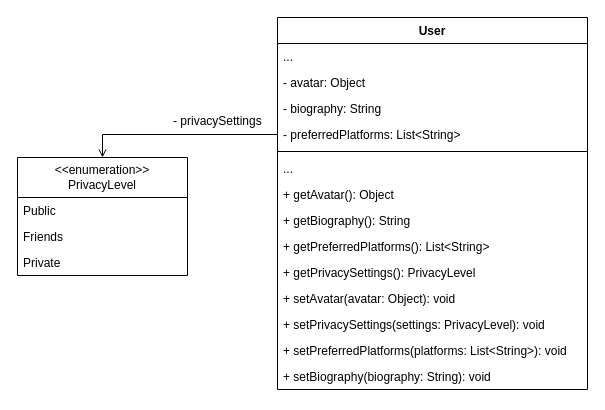
Above: docs/usecases/fully-dressed/profiel-instellen/class-diagram.drawio in VincentCouckePXL/SecondGearGamePulse (draw.io), before the change. Source tidied: cells renumbered, new cells numbered last; positions are measured from the earlier drawing's top-left corner, leaving out a move shared by most shapes. Both pictures are drawn from the tidied source at 100%, with x=0, y=0 at pixel (17, 17).
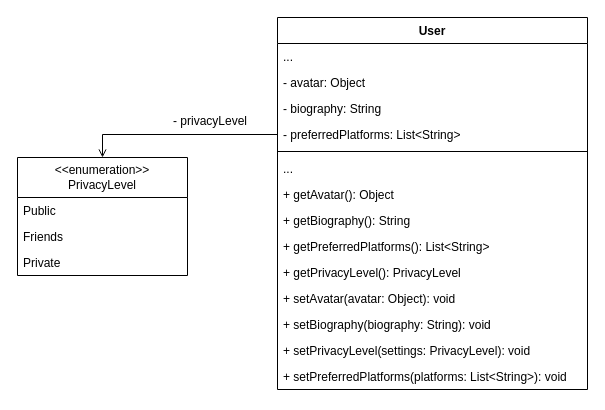
After the change.

Commit message (it also covers changes not shown here):
Fully dressed use case: Profiel Instellen

Unchanged cells that the change refers to:
```xml
<mxCell id="2" value="User" style="swimlane;fontStyle=1;align=center;verticalAlign=top;horizontal=1;startSize=26;whiteSpace=wrap;html=1;" parent="1" vertex="1">
  <mxGeometry x="260" width="310" height="372" as="geometry" />
</mxCell>
```

Diff of the diagram source:
```diff
@@
-    <mxCell id="12" value="+ getPrivacySettings(): PrivacyLevel" style="text;strokeColor=none;fillColor=none;align=left;verticalAlign=top;spacingLeft=4;spacingRight=4;overflow=hidden;whiteSpace=wrap;html=1;" parent="2" vertex="1">
+    <mxCell id="12" value="+ getPrivacyLevel(): PrivacyLevel" style="text;strokeColor=none;fillColor=none;align=left;verticalAlign=top;spacingLeft=4;spacingRight=4;overflow=hidden;whiteSpace=wrap;html=1;" parent="2" vertex="1">
       <mxGeometry y="242" width="310" height="26" as="geometry" />
     </mxCell>
@@
+    <mxCell id="16" value="+ setBiography(biography: String): void" style="text;strokeColor=none;fillColor=none;align=left;verticalAlign=top;spacingLeft=4;spacingRight=4;overflow=hidden;whiteSpace=wrap;html=1;" parent="2" vertex="1">
+      <mxGeometry y="294" width="310" height="26" as="geometry" />
+    </mxCell>
-    <mxCell id="14" value="+ setPrivacySettings(settings: PrivacyLevel): void" style="text;strokeColor=none;fillColor=none;align=left;verticalAlign=top;spacingLeft=4;spacingRight=4;overflow=hidden;whiteSpace=wrap;html=1;" parent="2" vertex="1">
-      <mxGeometry y="294" width="310" height="26" as="geometry" />
+    <mxCell id="14" value="+ setPrivacyLevel(settings: PrivacyLevel): void" style="text;strokeColor=none;fillColor=none;align=left;verticalAlign=top;spacingLeft=4;spacingRight=4;overflow=hidden;whiteSpace=wrap;html=1;" parent="2" vertex="1">
+      <mxGeometry y="320" width="310" height="26" as="geometry" />
     </mxCell>
     <mxCell id="15" value="+ setPreferredPlatforms(platforms: List&amp;lt;String&amp;gt;): void" style="text;strokeColor=none;fillColor=none;align=left;verticalAlign=top;spacingLeft=4;spacingRight=4;overflow=hidden;whiteSpace=wrap;html=1;" parent="2" vertex="1">
-      <mxGeometry y="320" width="310" height="26" as="geometry" />
+      <mxGeometry y="346" width="310" height="26" as="geometry" />
     </mxCell>
-    <mxCell id="16" value="+ setBiography(biography: String): void" style="text;strokeColor=none;fillColor=none;align=left;verticalAlign=top;spacingLeft=4;spacingRight=4;overflow=hidden;whiteSpace=wrap;html=1;" parent="2" vertex="1">
-      <mxGeometry y="346" width="310" height="26" as="geometry" />
-    </mxCell>
@@
-    <mxCell id="22" value="- privacySettings" style="text;strokeColor=none;fillColor=none;align=left;verticalAlign=top;spacingLeft=4;spacingRight=4;overflow=hidden;whiteSpace=wrap;html=1;" parent="1" vertex="1">
+    <mxCell id="22" value="- privacyLevel" style="text;strokeColor=none;fillColor=none;align=left;verticalAlign=top;spacingLeft=4;spacingRight=4;overflow=hidden;whiteSpace=wrap;html=1;" parent="1" vertex="1">
       <mxGeometry x="150" y="90" width="100" height="26" as="geometry" />
     </mxCell>
```
